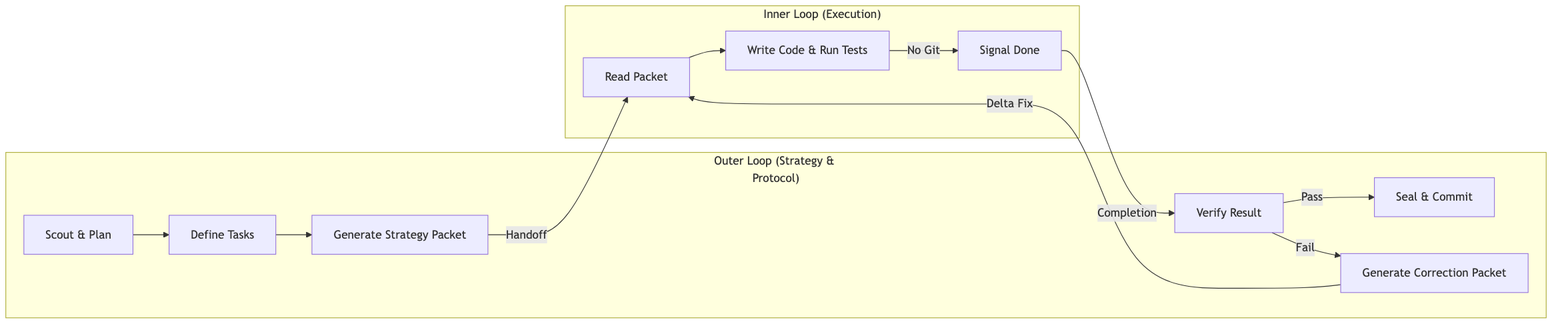
Above: plugins/agent-loops/assets/diagrams/inner_outer_loop.png in richfrem/agent-plugins-skills (Mermaid), before the change. Its source is kept beside it as plugins/agent-loops/assets/diagrams/inner_outer_loop.mmd. Its diagram source:
```mermaid
flowchart LR
    subgraph Outer["Outer Loop (Strategy & Protocol)"]
        Scout[Scout & Plan] --> Spec[Define Tasks]
        Spec --> Packet[Generate Strategy Packet]
        Verify[Verify Result] -->|Pass| Commit[Seal & Commit]
        Verify -->|Fail| Correct[Generate Correction Packet]
    end

    subgraph Inner["Inner Loop (Execution)"]
        Receive[Read Packet] --> Execute[Write Code & Run Tests]
        Execute -->|No Git| Done[Signal Done]
    end

    Packet -->|Handoff| Receive
    Done -->|Completion| Verify
    Correct -->|Delta Fix| Receive
```
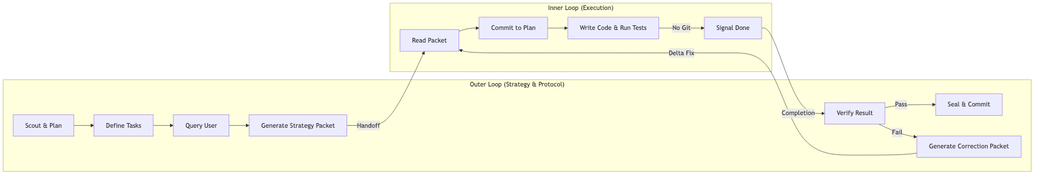
After the commit.

Change to the diagram source:
```diff
@@ -1,13 +1,15 @@
 flowchart LR
     subgraph Outer["Outer Loop (Strategy & Protocol)"]
         Scout[Scout & Plan] --> Spec[Define Tasks]
-        Spec --> Packet[Generate Strategy Packet]
+        Spec --> Query[Query User]
+        Query --> Packet[Generate Strategy Packet]
         Verify[Verify Result] -->|Pass| Commit[Seal & Commit]
         Verify -->|Fail| Correct[Generate Correction Packet]
     end
 
     subgraph Inner["Inner Loop (Execution)"]
-        Receive[Read Packet] --> Execute[Write Code & Run Tests]
+        Receive[Read Packet] --> Plan[Commit to Plan]
+        Plan --> Execute[Write Code & Run Tests]
         Execute -->|No Git| Done[Signal Done]
     end
 
```
